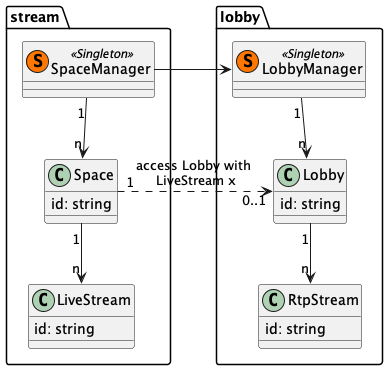
Above: docs/uml/class/lobby.class.png in shigde/sfu (PlantUML), before the change.
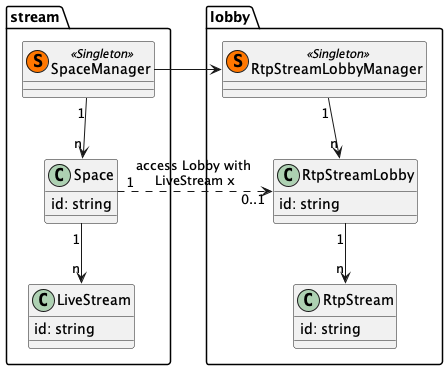
Later version of the same file.

Diff of the diagram source:
```diff
@@ -13,19 +13,19 @@
 }
 
 package lobby {
-class LobbyManager << (S,#FF7700) Singleton >>
-class Lobby {
+class RtpStreamLobbyManager << (S,#FF7700) Singleton >>
+class RtpStreamLobby {
     id: string
 }
 class RtpStream {
     id: string
 }
 
-SpaceManager -> LobbyManager
-LobbyManager "1" --> "n" Lobby
-Lobby "1" --> "n" RtpStream
+SpaceManager -> RtpStreamLobbyManager
+RtpStreamLobbyManager "1" --> "n" RtpStreamLobby
+RtpStreamLobby "1" --> "n" RtpStream
 }
 
-Space "1".>"0..1" Lobby : access Lobby with \nLiveStream x
+Space "1".>"0..1" RtpStreamLobby : access Lobby with \nLiveStream x
 
 @enduml
```
